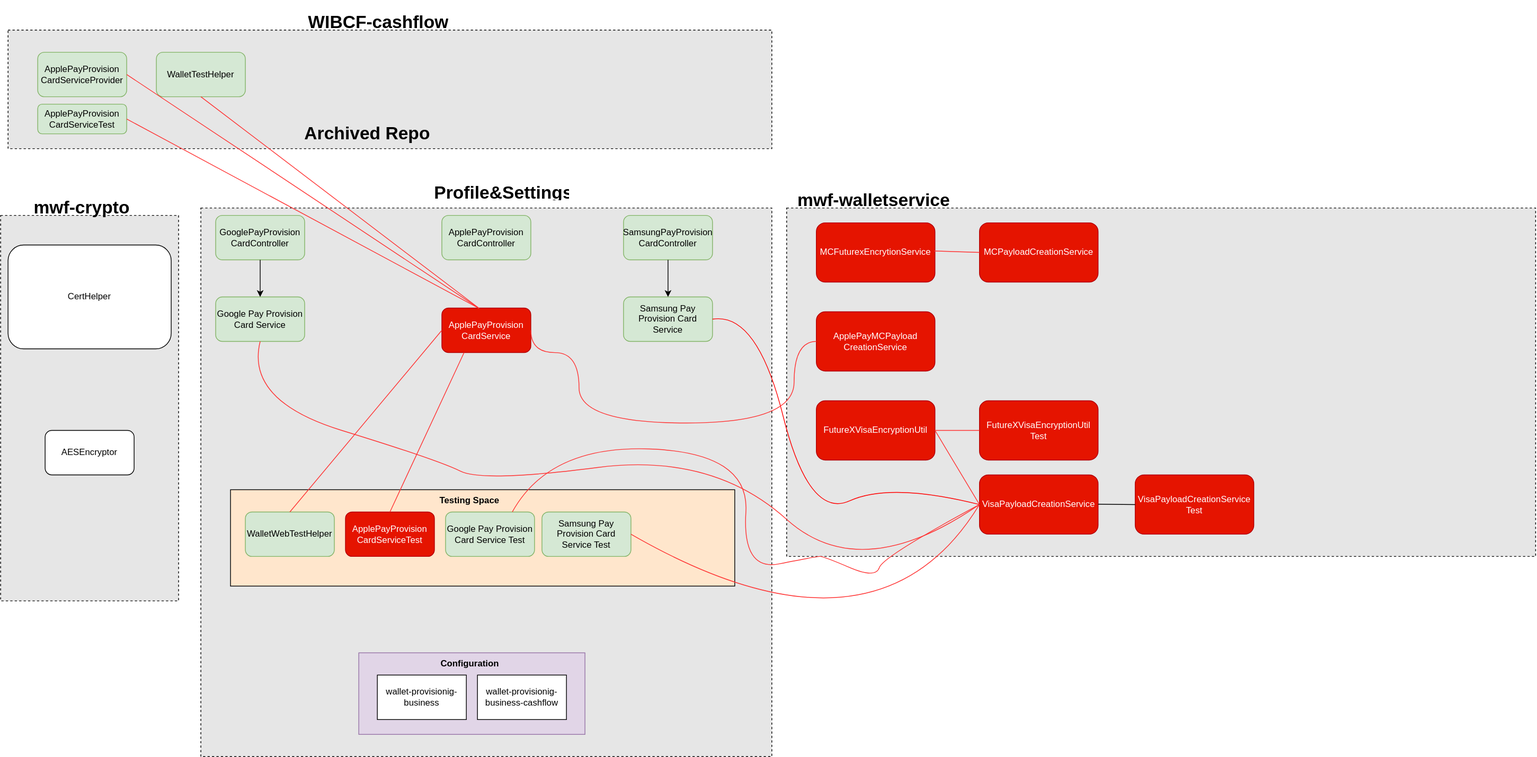
Above: Work Samples/WF/Bouncy_Castle_Dependencies_Removal.drawio.svg in uchiharizvi/design-diagrams (draw.io), before the change. Source tidied: cells renumbered, new cells last; positions are measured from the earlier drawing's top-left corner, leaving out a move shared by most shapes.
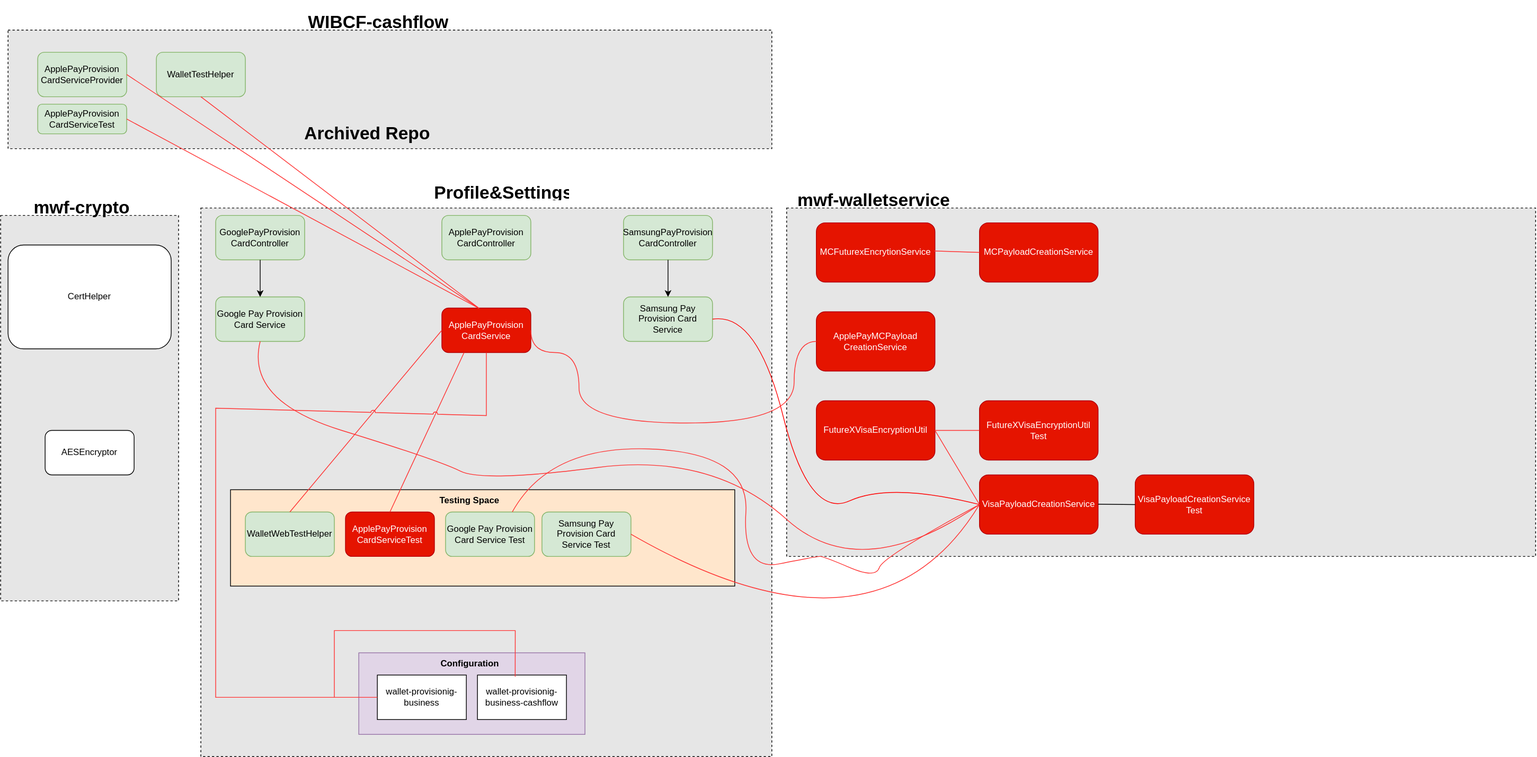
The same file after the commit.

Diff of the diagram source:
```diff
@@ -200,5 +200,23 @@
     <mxCell id="54" value="wallet-provisionig-business-cashflow" style="rounded=0;whiteSpace=wrap;html=1;" parent="1" vertex="1">
       <mxGeometry x="643" y="900" width="120" height="60" as="geometry" />
     </mxCell>
+    <mxCell id="55" style="endArrow=none;html=1;rounded=0;entryX=0.5;entryY=1;entryDx=0;entryDy=0;jumpStyle=arc;strokeColor=#FF3333;" parent="1" edge="1" source="52" target="29">
+      <mxGeometry relative="1" as="geometry">
+        <Array as="points">
+          <mxPoint x="290" y="930" />
+          <mxPoint x="290" y="540" />
+          <mxPoint x="655" y="550" />
+        </Array>
+      </mxGeometry>
+    </mxCell>
+    <mxCell id="56" style="endArrow=none;html=1;rounded=0;entryX=0.424;entryY=0.038;entryDx=0;entryDy=0;entryPerimeter=0;strokeColor=#FF3333;" parent="1" edge="1" target="54">
+      <mxGeometry relative="1" as="geometry">
+        <mxPoint x="450" y="930" as="sourcePoint" />
+        <Array as="points">
+          <mxPoint x="450" y="840" />
+          <mxPoint x="694" y="840" />
+        </Array>
+      </mxGeometry>
+    </mxCell>
   </root>
 </mxGraphModel>
```
